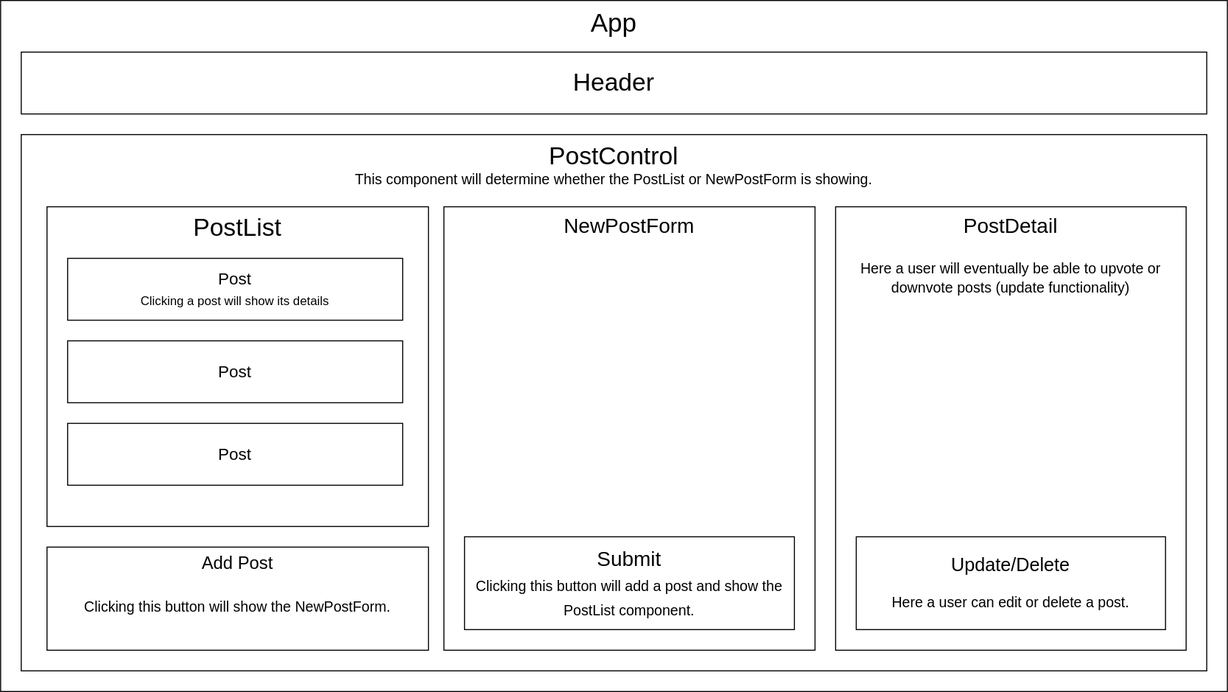
besure94/discussion-forum keeps this draw.io diagram as Forum_Diagram.drawio.svg. Above is the earlier version. Source tidied: cells renumbered, new cells last; positions are measured from the earlier drawing's top-left corner, leaving out a move shared by most shapes.
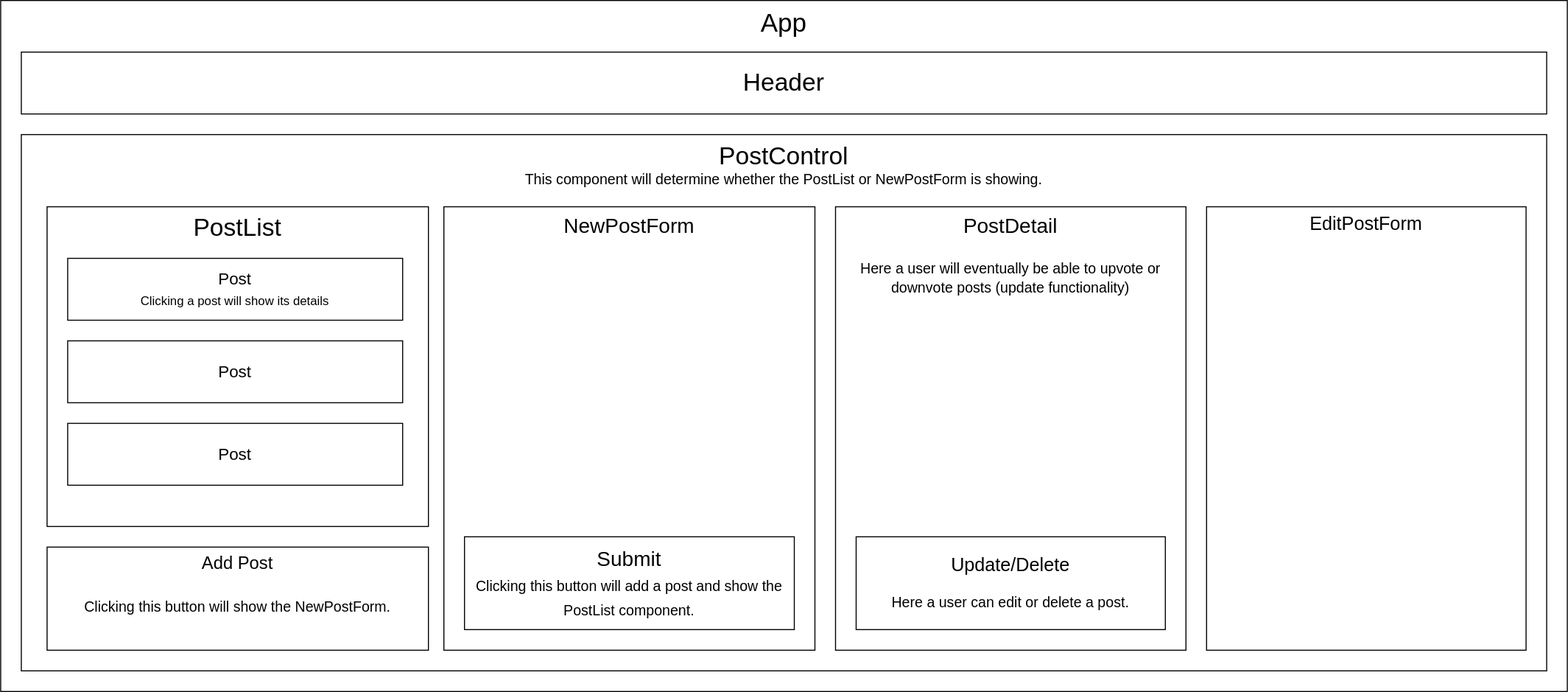
The same diagram one commit later.

Commit message:
Update diagram to include component for editing a post.

What changed in the source:
```diff
@@ -3,16 +3,16 @@
     <mxCell id="0" />
     <mxCell id="1" parent="0" />
     <mxCell id="2" value="&lt;font style=&quot;font-size: 25px;&quot;&gt;App&lt;/font&gt;" style="rounded=0;whiteSpace=wrap;html=1;verticalAlign=top;" parent="1" vertex="1">
-      <mxGeometry width="1190" height="670" as="geometry" />
+      <mxGeometry width="1520" height="670" as="geometry" />
     </mxCell>
     <mxCell id="3" value="&lt;font style=&quot;font-size: 24px;&quot;&gt;Header&lt;/font&gt;" style="rounded=0;whiteSpace=wrap;html=1;" parent="1" vertex="1">
-      <mxGeometry x="20" y="50" width="1150" height="60" as="geometry" />
+      <mxGeometry x="20" y="50" width="1480" height="60" as="geometry" />
     </mxCell>
     <mxCell id="4" value="Post&lt;br&gt;&lt;br&gt;&lt;font style=&quot;font-size: 14px;&quot;&gt;Click on a post to view details.&lt;/font&gt;" style="rounded=0;whiteSpace=wrap;html=1;fontSize=16;" parent="1" vertex="1">
       <mxGeometry x="40" y="150" width="330" height="60" as="geometry" />
     </mxCell>
     <mxCell id="5" value="&lt;font style=&quot;&quot;&gt;&lt;span style=&quot;font-size: 24px;&quot;&gt;PostControl&lt;/span&gt;&lt;br&gt;&lt;font style=&quot;font-size: 14px;&quot;&gt;This component will determine whether the PostList or NewPostForm is showing.&lt;/font&gt;&lt;br&gt;&lt;/font&gt;" style="rounded=0;whiteSpace=wrap;html=1;fontSize=14;verticalAlign=top;" parent="1" vertex="1">
-      <mxGeometry x="20" y="130" width="1150" height="520" as="geometry" />
+      <mxGeometry x="20" y="130" width="1480" height="520" as="geometry" />
     </mxCell>
     <mxCell id="6" value="PostList" style="rounded=0;whiteSpace=wrap;html=1;fontSize=24;verticalAlign=top;" parent="1" vertex="1">
       <mxGeometry x="45" y="200" width="370" height="310" as="geometry" />
@@ -41,5 +41,8 @@
     <mxCell id="14" value="&lt;font style=&quot;font-size: 18px;&quot;&gt;Update/Delete&lt;br&gt;&lt;/font&gt;&lt;br&gt;Here a user can edit or delete a post." style="rounded=0;whiteSpace=wrap;html=1;fontSize=14;" parent="1" vertex="1">
       <mxGeometry x="830" y="520" width="300" height="90" as="geometry" />
     </mxCell>
+    <mxCell id="15" value="EditPostForm" style="rounded=0;whiteSpace=wrap;html=1;fontSize=18;verticalAlign=top;" parent="1" vertex="1">
+      <mxGeometry x="1170" y="200" width="310" height="430" as="geometry" />
+    </mxCell>
   </root>
 </mxGraphModel>
```
